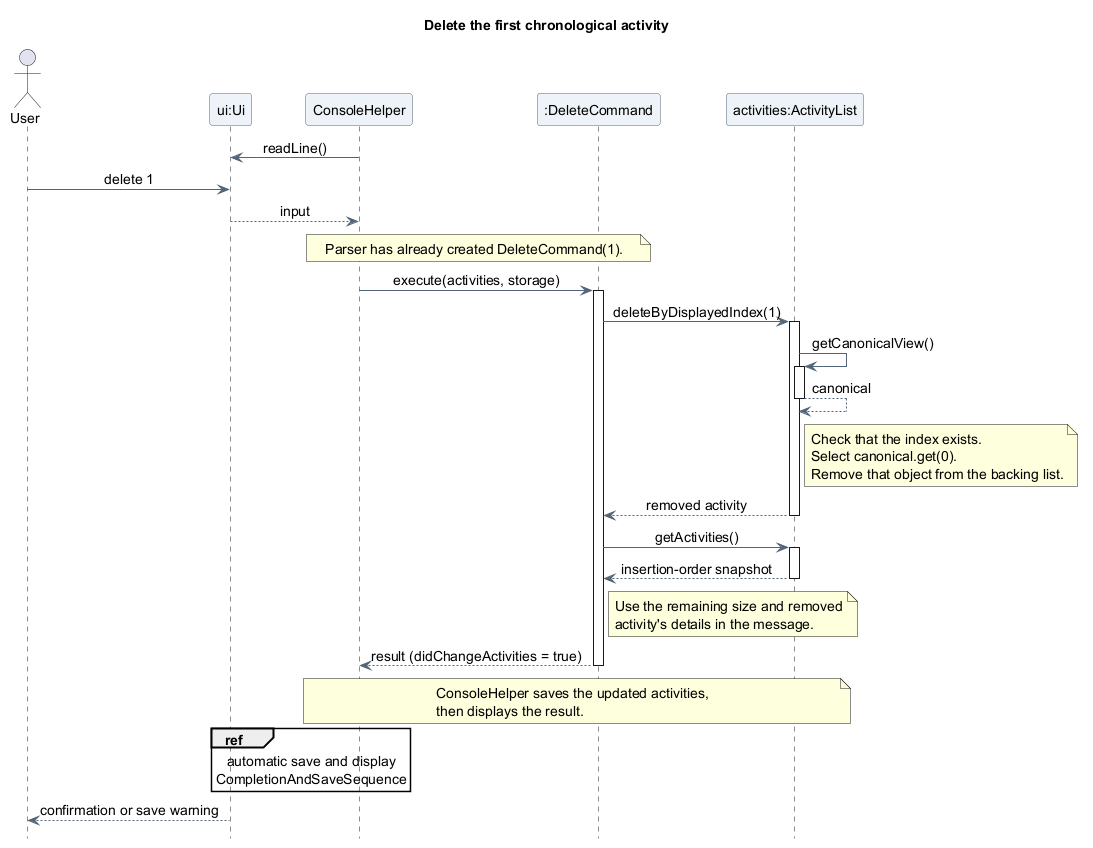
The PlantUML diagram docs/images/asyraf/sequence/DeleteActivitySequence.png in AY2627S1-CS2113-T10-4/tp, before a commit.
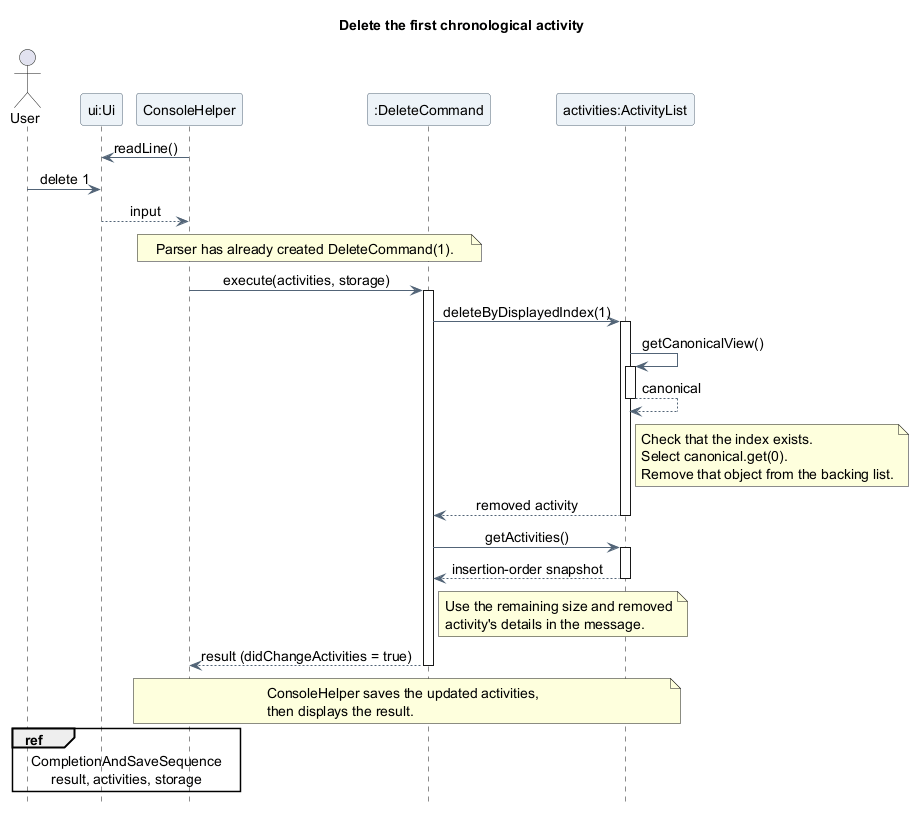
Later version of the same file.

The edit, as a diff of the source:
```diff
@@ -52,9 +52,8 @@
   ConsoleHelper saves the updated activities,
   then displays the result.
 end note
-ref over Console, UI
-  automatic save and display
+ref over User, Console
   CompletionAndSaveSequence
+  result, activities, storage
 end ref
-UI --> User : confirmation or save warning
 @enduml
```
